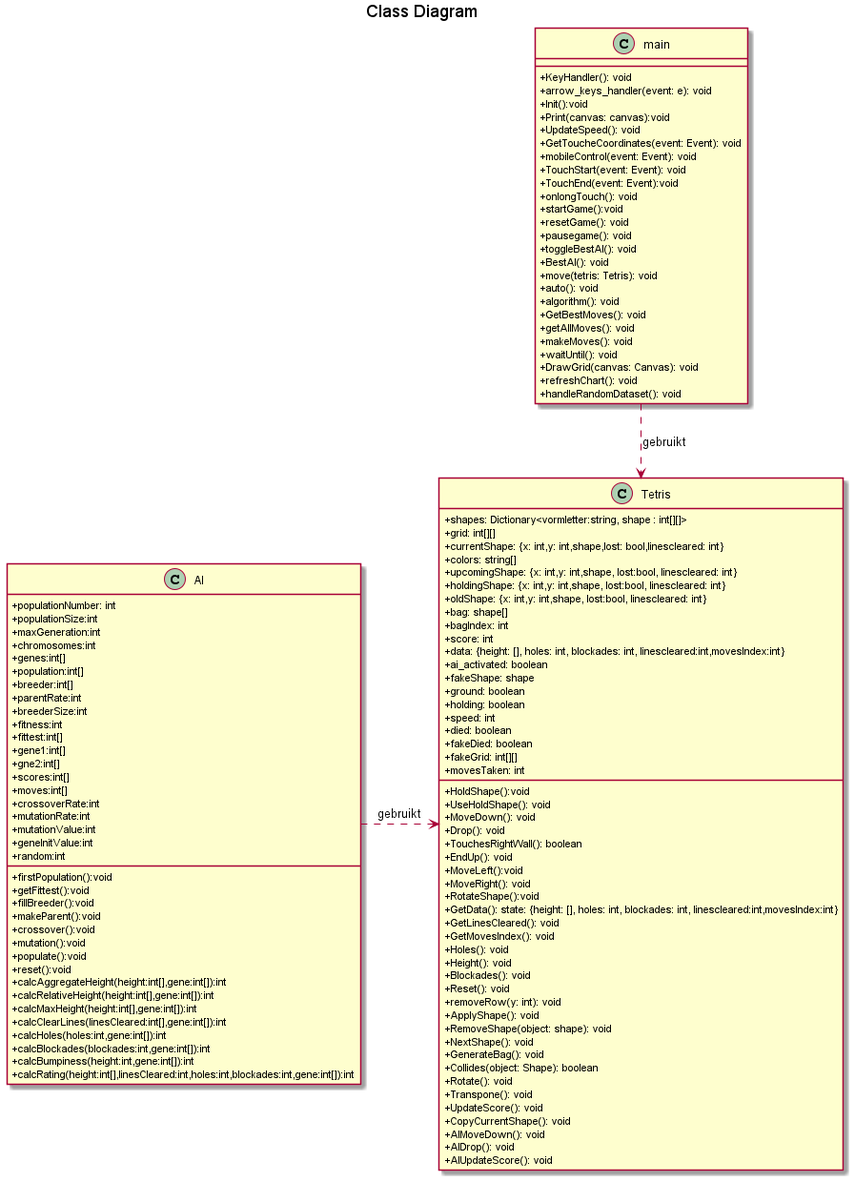
This is Analyse/out/Class/klassediagram tetrisAI.png from matissecallewaert/ai-tetris, a PlantUML export, as it was before one commit. Source of this version:
```plantuml
@startuml klassediagram tetrisAI

title ==Class Diagram==

skinparam ClassAttributeIconSize 0
class Tetris{
    +shapes: Dictionary<vormletter:string, shape : int[][]>
    +grid: int[][]
    +currentShape: {x: int,y: int,shape,lost: bool,linescleared: int}
    +colors: string[]
    +upcomingShape: {x: int,y: int,shape, lost:bool, linescleared: int}
    +holdingShape: {x: int,y: int,shape, lost:bool, linescleared: int}
    +oldShape: {x: int,y: int,shape, lost:bool, linescleared: int}
    +bag: shape[]
    +bagIndex: int
    +score: int
    +data: {height: [], holes: int, blockades: int, linescleared:int,movesIndex:int}
    +ai_activated: boolean
    +fakeShape: shape
    +ground: boolean
    +holding: boolean
    +speed: int
    +died: boolean
    +fakeDied: boolean
    +fakeGrid: int[][]
    +HoldShape():void
    +UseHoldShape(): void
    +movesTaken: int
    +MoveDown(): void
    +Drop(): void
    +TouchesRightWall(): boolean
    +EndUp(): void
    +MoveLeft():void
    +MoveRight(): void
    +RotateShape():void
    +GetData(): state: {height: [], holes: int, blockades: int, linescleared:int,movesIndex:int}
    +GetLinesCleared(): void
    +GetMovesIndex(): void
    +Holes(): void
    +Height(): void
    +Blockades(): void
    +Reset(): void
    +removeRow(y: int): void
    +ApplyShape(): void
    +RemoveShape(object: shape): void
    +NextShape(): void
    +GenerateBag(): void
    +Collides(object: Shape): boolean
    +Rotate(): void
    +Transpone(): void
    +UpdateScore(): void
    +CopyCurrentShape(): void
    +AIMoveDown(): void
    +AIDrop(): void
    +AIUpdateScore(): void
}
class AI{
    +populationNumber: int
    +populationSize:int
    +maxGeneration:int
    +chromosomes:int
    +genes:int[]
    +population:int[]
    +breeder:int[]
    +parentRate:int
    +breederSize:int
    +fitness:int
    +fittest:int[]
    +gene1:int[]
    +gne2:int[]
    +scores:int[]
    +moves:int[]
    +crossoverRate:int
    +mutationRate:int
    +mutationValue:int
    +geneInitValue:int
    +random:int
    +firstPopulation():void
    +getFittest():void
    +fillBreeder():void
    +makeParent():void
    +crossover():void
    +mutation():void
    +populate():void
    +reset():void
    +calcAggregateHeight(height:int[],gene:int[]):int
    +calcRelativeHeight(height:int[],gene:int[]):int
    +calcMaxHeight(height:int[],gene:int[]):int
    +calcClearLines(linesCleared:int[],gene:int[]):int
    +calcHoles(holes:int,gene:int[]):int
    +calcBlockades(blockades:int,gene:int[]):int
    +calcBumpiness(height:int,gene:int[]):int
    +calcRating(height:int[],linesCleared:int,holes:int,blockades:int,gene:int[]):int
}
class main{
    +KeyHandler(): void
    +arrow_keys_handler(event: e): void
    +Init():void
    +Print(canvas: canvas):void
    +UpdateSpeed(): void
    +GetToucheCoordinates(event: Event): void
    +mobileControl(event: Event): void
    +TouchStart(event: Event): void
    +TouchEnd(event: Event):void
    +onlongTouch(): void
    +startGame():void
    +resetGame(): void
    +pausegame(): void
    +toggleBestAI(): void
    +BestAI(): void
    +move(tetris: Tetris): void
    +auto(): void
    +algorithm(): void
    +GetBestMoves(): void
    +getAllMoves(): void
    +makeMoves(): void
    +waitUntil(): void
    +DrawGrid(canvas: Canvas): void
    +refreshChart(): void
    +handleRandomDataset(): void

}
main ..> Tetris: gebruikt
AI .> Tetris: gebruikt
@enduml
```
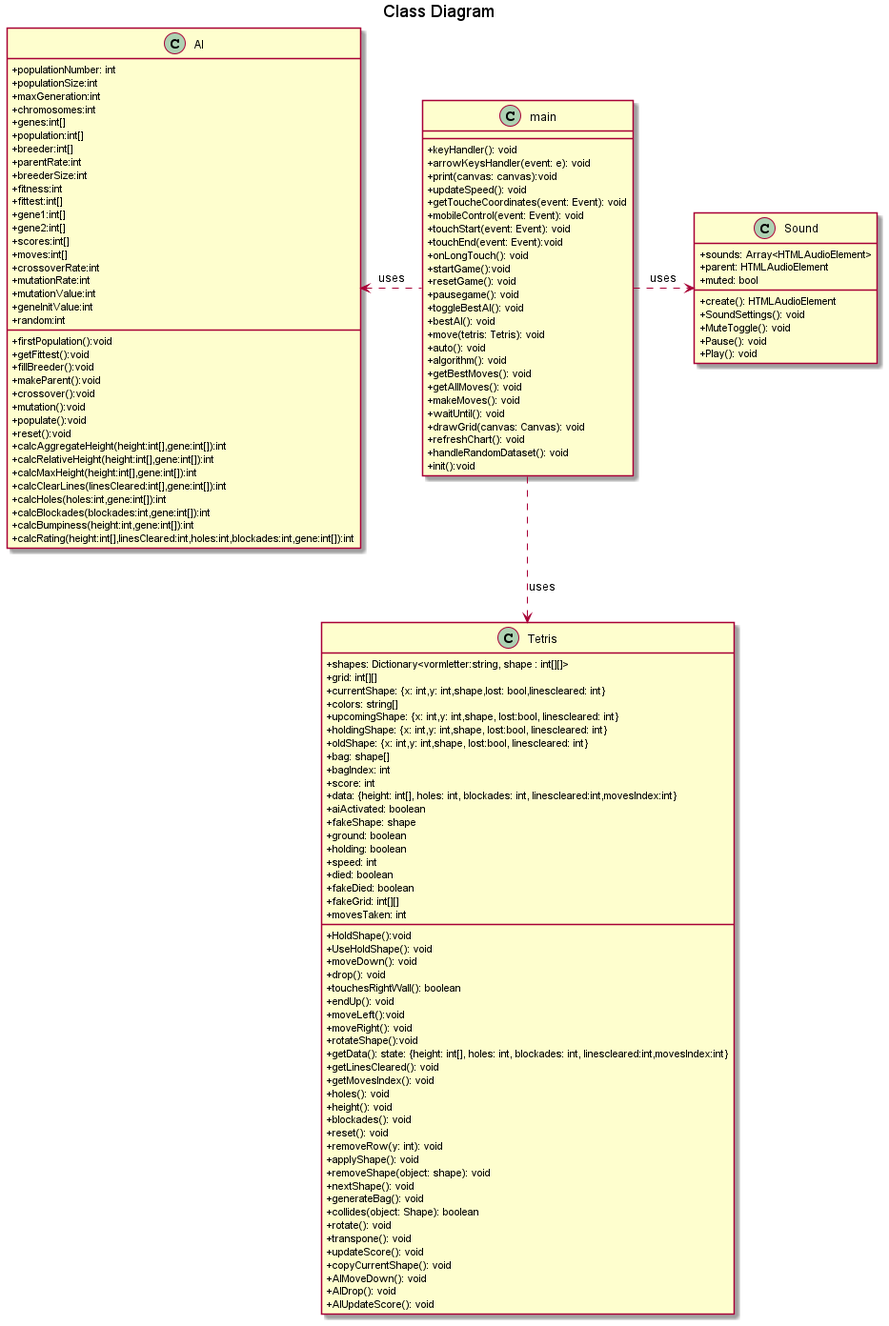
After the change.

Change to the diagram source:
```diff
@@ -14,8 +14,8 @@
     +bag: shape[]
     +bagIndex: int
     +score: int
-    +data: {height: [], holes: int, blockades: int, linescleared:int,movesIndex:int}
-    +ai_activated: boolean
+    +data: {height: int[], holes: int, blockades: int, linescleared:int,movesIndex:int}
+    +aiActivated: boolean
     +fakeShape: shape
     +ground: boolean
     +holding: boolean
@@ -26,30 +26,30 @@
     +HoldShape():void
     +UseHoldShape(): void
     +movesTaken: int
-    +MoveDown(): void
-    +Drop(): void
-    +TouchesRightWall(): boolean
-    +EndUp(): void
-    +MoveLeft():void
-    +MoveRight(): void
-    +RotateShape():void
-    +GetData(): state: {height: [], holes: int, blockades: int, linescleared:int,movesIndex:int}
-    +GetLinesCleared(): void
-    +GetMovesIndex(): void
-    +Holes(): void
-    +Height(): void
-    +Blockades(): void
-    +Reset(): void
+    +moveDown(): void
+    +drop(): void
+    +touchesRightWall(): boolean
+    +endUp(): void
+    +moveLeft():void
+    +moveRight(): void
+    +rotateShape():void
+    +getData(): state: {height: int[], holes: int, blockades: int, linescleared:int,movesIndex:int}
+    +getLinesCleared(): void
+    +getMovesIndex(): void
+    +holes(): void
+    +height(): void
+    +blockades(): void
+    +reset(): void
     +removeRow(y: int): void
-    +ApplyShape(): void
-    +RemoveShape(object: shape): void
-    +NextShape(): void
-    +GenerateBag(): void
-    +Collides(object: Shape): boolean
-    +Rotate(): void
-    +Transpone(): void
-    +UpdateScore(): void
-    +CopyCurrentShape(): void
+    +applyShape(): void
+    +removeShape(object: shape): void
+    +nextShape(): void
+    +generateBag(): void
+    +collides(object: Shape): boolean
+    +rotate(): void
+    +transpone(): void
+    +updateScore(): void
+    +copyCurrentShape(): void
     +AIMoveDown(): void
     +AIDrop(): void
     +AIUpdateScore(): void
@@ -67,7 +67,7 @@
     +fitness:int
     +fittest:int[]
     +gene1:int[]
-    +gne2:int[]
+    +gene2:int[]
     +scores:int[]
     +moves:int[]
     +crossoverRate:int
@@ -93,33 +93,45 @@
     +calcRating(height:int[],linesCleared:int,holes:int,blockades:int,gene:int[]):int
 }
 class main{
-    +KeyHandler(): void
-    +arrow_keys_handler(event: e): void
-    +Init():void
-    +Print(canvas: canvas):void
-    +UpdateSpeed(): void
-    +GetToucheCoordinates(event: Event): void
+    +keyHandler(): void
+    +arrowKeysHandler(event: e): void
+    +print(canvas: canvas):void
+    +updateSpeed(): void
+    +getToucheCoordinates(event: Event): void
     +mobileControl(event: Event): void
-    +TouchStart(event: Event): void
-    +TouchEnd(event: Event):void
-    +onlongTouch(): void
+    +touchStart(event: Event): void
+    +touchEnd(event: Event):void
+    +onLongTouch(): void
     +startGame():void
     +resetGame(): void
     +pausegame(): void
     +toggleBestAI(): void
-    +BestAI(): void
+    +bestAI(): void
     +move(tetris: Tetris): void
     +auto(): void
     +algorithm(): void
-    +GetBestMoves(): void
+    +getBestMoves(): void
     +getAllMoves(): void
     +makeMoves(): void
     +waitUntil(): void
-    +DrawGrid(canvas: Canvas): void
+    +drawGrid(canvas: Canvas): void
     +refreshChart(): void
     +handleRandomDataset(): void
+    +init():void
+}
 
+class Sound{
+    +sounds: Array<HTMLAudioElement>
+    +parent: HTMLAudioElement
+    +muted: bool
+    +create(): HTMLAudioElement
+    +SoundSettings(): void
+    +MuteToggle(): void
+    +Pause(): void
+    +Play(): void
 }
-main ..> Tetris: gebruikt
-AI .> Tetris: gebruikt
+
+main .down.> Tetris: uses
+main .right.> Sound: uses
+main .left.> AI: uses
 @enduml
```
